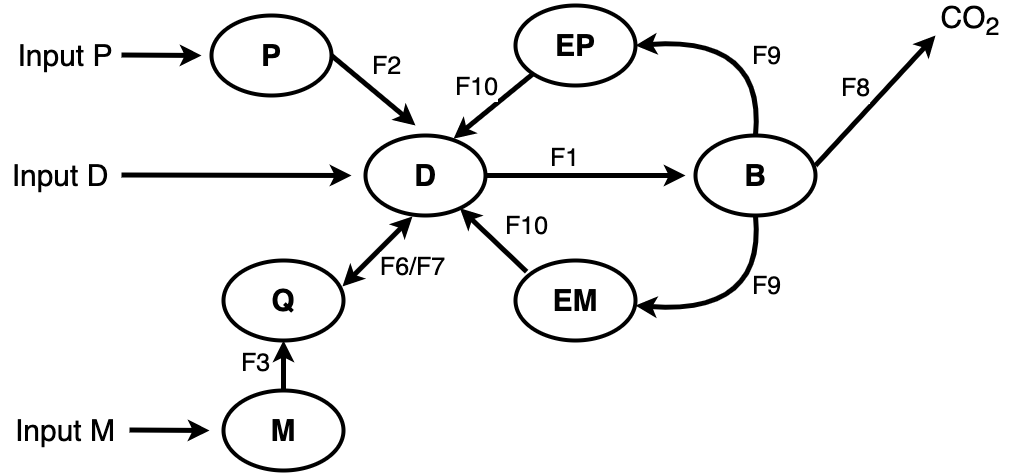
The draw.io diagram vignettes/articles/MEMC_conceptual_diagram.png in Microbial-Explicit-Model/MEMC, before a commit. Source tidied: cells renumbered, new cells last; positions are measured from the earlier drawing's top-left corner, leaving out a move shared by most shapes. Source of this version:
```xml
<mxGraphModel>
  <root>
    <mxCell id="0" />
    <mxCell id="1" parent="0" />
    <mxCell id="2" value="&lt;font style=&quot;font-size: 30px&quot;&gt;&lt;b&gt;P&lt;/b&gt;&lt;/font&gt;" style="ellipse;whiteSpace=wrap;html=1;strokeWidth=4;" parent="1" vertex="1">
      <mxGeometry x="211" y="10" width="120" height="80" as="geometry" />
    </mxCell>
    <mxCell id="3" value="&lt;font style=&quot;font-size: 30px&quot;&gt;&lt;b&gt;D&lt;/b&gt;&lt;/font&gt;" style="ellipse;whiteSpace=wrap;html=1;strokeWidth=4;" parent="1" vertex="1">
      <mxGeometry x="365" y="130" width="120" height="80" as="geometry" />
    </mxCell>
    <mxCell id="4" value="&lt;font style=&quot;font-size: 30px&quot;&gt;&lt;b&gt;M&lt;/b&gt;&lt;/font&gt;" style="ellipse;whiteSpace=wrap;html=1;strokeWidth=4;" parent="1" vertex="1">
      <mxGeometry x="223" y="385" width="120" height="80" as="geometry" />
    </mxCell>
    <mxCell id="5" style="endArrow=classic;html=1;rounded=0;fontSize=30;strokeWidth=5;" parent="1" edge="1">
      <mxGeometry relative="1" as="geometry">
        <mxPoint x="121" y="49.5" as="sourcePoint" />
        <mxPoint x="201" y="50" as="targetPoint" />
      </mxGeometry>
    </mxCell>
    <mxCell id="6" style="endArrow=classic;html=1;rounded=0;fontSize=30;strokeWidth=5;" parent="1" edge="1">
      <mxGeometry relative="1" as="geometry">
        <mxPoint x="121" y="169.5" as="sourcePoint" />
        <mxPoint x="351" y="170" as="targetPoint" />
      </mxGeometry>
    </mxCell>
    <mxCell id="7" value="Input P" style="text;html=1;strokeColor=none;fillColor=none;align=center;verticalAlign=middle;whiteSpace=wrap;rounded=0;fontSize=30;" parent="1" vertex="1">
      <mxGeometry x="10" y="35" width="110" height="30" as="geometry" />
    </mxCell>
    <mxCell id="8" value="Input D" style="text;html=1;strokeColor=none;fillColor=none;align=center;verticalAlign=middle;whiteSpace=wrap;rounded=0;fontSize=30;" parent="1" vertex="1">
      <mxGeometry y="155" width="120" height="30" as="geometry" />
    </mxCell>
    <mxCell id="9" value="Input M" style="text;html=1;strokeColor=none;fillColor=none;align=center;verticalAlign=middle;whiteSpace=wrap;rounded=0;fontSize=30;" parent="1" vertex="1">
      <mxGeometry y="410" width="130" height="30" as="geometry" />
    </mxCell>
    <mxCell id="10" style="endArrow=classic;html=1;rounded=0;fontSize=30;strokeWidth=5;" parent="1" edge="1">
      <mxGeometry relative="1" as="geometry">
        <mxPoint x="129" y="424.5" as="sourcePoint" />
        <mxPoint x="209" y="425" as="targetPoint" />
      </mxGeometry>
    </mxCell>
    <mxCell id="11" value="&lt;span style=&quot;font-size: 30px&quot;&gt;&lt;b&gt;B&lt;/b&gt;&lt;/span&gt;" style="ellipse;whiteSpace=wrap;html=1;strokeWidth=4;" parent="1" vertex="1">
      <mxGeometry x="695" y="130" width="120" height="80" as="geometry" />
    </mxCell>
    <mxCell id="12" value="&lt;span style=&quot;font-size: 30px&quot;&gt;&lt;b&gt;EM&lt;/b&gt;&lt;/span&gt;" style="ellipse;whiteSpace=wrap;html=1;strokeWidth=4;" parent="1" vertex="1">
      <mxGeometry x="515" y="255" width="120" height="80" as="geometry" />
    </mxCell>
    <mxCell id="13" value="&lt;span style=&quot;font-size: 30px&quot;&gt;&lt;b&gt;EP&lt;/b&gt;&lt;/span&gt;" style="ellipse;whiteSpace=wrap;html=1;strokeWidth=4;" parent="1" vertex="1">
      <mxGeometry x="515" width="120" height="80" as="geometry" />
    </mxCell>
    <mxCell id="14" style="curved=1;endArrow=classic;html=1;rounded=0;fontSize=30;strokeWidth=5;exitX=0.5;exitY=0;exitDx=0;exitDy=0;entryX=1;entryY=0.5;entryDx=0;entryDy=0;" parent="1" edge="1" source="11" target="13">
      <mxGeometry relative="1" as="geometry">
        <Array as="points">
          <mxPoint x="765" y="30" />
        </Array>
      </mxGeometry>
    </mxCell>
    <mxCell id="15" value="F9" style="edgeLabel;html=1;align=center;verticalAlign=middle;fontSize=25;" parent="14" vertex="1">
      <mxGeometry x="-0.47" y="17" relative="1" as="geometry">
        <mxPoint x="21" y="-18" as="offset" />
      </mxGeometry>
    </mxCell>
    <mxCell id="16" style="curved=1;endArrow=classic;html=1;rounded=0;fontSize=30;strokeWidth=5;exitX=0.5;exitY=0;exitDx=0;exitDy=0;entryX=1;entryY=0.5;entryDx=0;entryDy=0;" parent="1" edge="1">
      <mxGeometry relative="1" as="geometry">
        <mxPoint x="755" y="210" as="sourcePoint" />
        <mxPoint x="635" y="300" as="targetPoint" />
        <Array as="points">
          <mxPoint x="765" y="310" />
        </Array>
      </mxGeometry>
    </mxCell>
    <mxCell id="17" value="F9" style="edgeLabel;html=1;align=center;verticalAlign=middle;fontSize=25;" parent="16" vertex="1">
      <mxGeometry x="-0.54" y="-9" relative="1" as="geometry">
        <mxPoint x="14" y="15" as="offset" />
      </mxGeometry>
    </mxCell>
    <mxCell id="18" style="endArrow=classic;html=1;rounded=0;fontSize=30;strokeWidth=5;" parent="1" edge="1">
      <mxGeometry relative="1" as="geometry">
        <mxPoint x="815" y="160" as="sourcePoint" />
        <mxPoint x="935" y="30" as="targetPoint" />
      </mxGeometry>
    </mxCell>
    <mxCell id="19" value="&lt;font style=&quot;font-size: 25px&quot;&gt;F8&lt;/font&gt;" style="edgeLabel;html=1;align=center;verticalAlign=middle;fontSize=30;" parent="18" vertex="1">
      <mxGeometry x="-0.12" y="4" relative="1" as="geometry">
        <mxPoint x="-10" y="-20" as="offset" />
      </mxGeometry>
    </mxCell>
    <mxCell id="20" value="CO&lt;sub&gt;2&lt;/sub&gt;" style="text;html=1;strokeColor=none;fillColor=none;align=center;verticalAlign=middle;whiteSpace=wrap;rounded=0;fontSize=30;" parent="1" vertex="1">
      <mxGeometry x="905" width="130" height="30" as="geometry" />
    </mxCell>
    <mxCell id="21" style="endArrow=classic;html=1;rounded=0;fontSize=30;strokeWidth=5;exitX=0.5;exitY=0;exitDx=0;exitDy=0;" parent="1" edge="1" source="4">
      <mxGeometry relative="1" as="geometry">
        <mxPoint x="283" y="335" as="targetPoint" />
      </mxGeometry>
    </mxCell>
    <mxCell id="22" value="F3" style="edgeLabel;html=1;align=center;verticalAlign=middle;fontSize=25;" parent="21" vertex="1">
      <mxGeometry x="0.15" y="-2" relative="1" as="geometry">
        <mxPoint x="-31" as="offset" />
      </mxGeometry>
    </mxCell>
    <mxCell id="23" value="&lt;font style=&quot;font-size: 30px&quot;&gt;&lt;b&gt;Q&lt;/b&gt;&lt;/font&gt;" style="ellipse;whiteSpace=wrap;html=1;strokeWidth=4;" parent="1" vertex="1">
      <mxGeometry x="223" y="255" width="120" height="80" as="geometry" />
    </mxCell>
    <mxCell id="24" style="endArrow=classic;startArrow=classic;html=1;rounded=0;fontSize=25;strokeWidth=5;" parent="1" edge="1">
      <mxGeometry relative="1" as="geometry">
        <mxPoint x="342" y="281" as="sourcePoint" />
        <mxPoint x="412" y="211" as="targetPoint" />
      </mxGeometry>
    </mxCell>
    <mxCell id="25" value="F6/F7" style="edgeLabel;html=1;align=center;verticalAlign=middle;fontSize=25;" parent="24" vertex="1">
      <mxGeometry x="-0.13" y="-1" relative="1" as="geometry">
        <mxPoint x="38" y="9" as="offset" />
      </mxGeometry>
    </mxCell>
    <mxCell id="26" style="endArrow=classic;html=1;rounded=0;fontSize=25;strokeWidth=5;" parent="1" edge="1">
      <mxGeometry relative="1" as="geometry">
        <mxPoint x="485" y="170" as="sourcePoint" />
        <mxPoint x="685" y="170" as="targetPoint" />
      </mxGeometry>
    </mxCell>
    <mxCell id="27" value="F1" style="edgeLabel;html=1;align=center;verticalAlign=middle;fontSize=25;" parent="26" vertex="1">
      <mxGeometry x="-0.22" y="2" relative="1" as="geometry">
        <mxPoint y="-17" as="offset" />
      </mxGeometry>
    </mxCell>
    <mxCell id="28" style="endArrow=classic;html=1;rounded=0;fontSize=25;strokeWidth=5;exitX=1;exitY=0.5;exitDx=0;exitDy=0;" parent="1" edge="1" source="2">
      <mxGeometry relative="1" as="geometry">
        <mxPoint x="415" y="120" as="targetPoint" />
      </mxGeometry>
    </mxCell>
    <mxCell id="29" value="F2" style="edgeLabel;html=1;align=center;verticalAlign=middle;fontSize=25;" parent="28" vertex="1">
      <mxGeometry x="-0.1" y="-2" relative="1" as="geometry">
        <mxPoint x="18" y="-23" as="offset" />
      </mxGeometry>
    </mxCell>
    <mxCell id="30" style="endArrow=classic;html=1;rounded=0;fontSize=25;strokeWidth=5;exitX=0.093;exitY=0.14;exitDx=0;exitDy=0;exitPerimeter=0;" parent="1" edge="1" source="12" target="3">
      <mxGeometry relative="1" as="geometry" />
    </mxCell>
    <mxCell id="31" value="F10" style="edgeLabel;html=1;align=center;verticalAlign=middle;fontSize=25;" parent="30" vertex="1">
      <mxGeometry x="-0.12" y="3" relative="1" as="geometry">
        <mxPoint x="30" y="-21" as="offset" />
      </mxGeometry>
    </mxCell>
    <mxCell id="32" style="endArrow=classic;html=1;rounded=0;fontSize=25;strokeWidth=5;exitX=0;exitY=1;exitDx=0;exitDy=0;entryX=0.734;entryY=0.04;entryDx=0;entryDy=0;entryPerimeter=0;" parent="1" edge="1" source="13" target="3">
      <mxGeometry relative="1" as="geometry" />
    </mxCell>
    <mxCell id="33" value="F10" style="edgeLabel;html=1;align=center;verticalAlign=middle;fontSize=25;" parent="32" vertex="1">
      <mxGeometry x="0.09" y="-3" relative="1" as="geometry">
        <mxPoint x="-12" y="-21" as="offset" />
      </mxGeometry>
    </mxCell>
  </root>
</mxGraphModel>
```
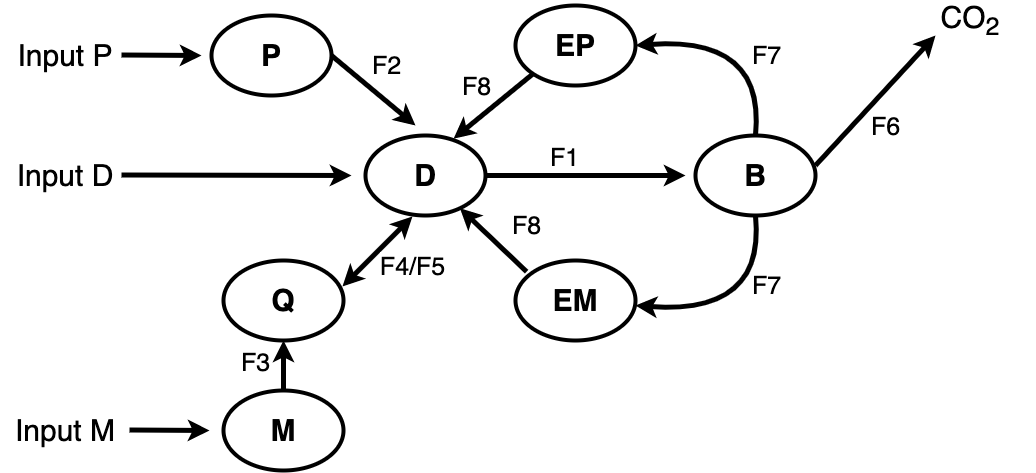
After the commit.

What changed in the source:
```diff
@@ -27,7 +27,7 @@
       <mxGeometry x="10" y="35" width="110" height="30" as="geometry" />
     </mxCell>
     <mxCell id="8" value="Input D" style="text;html=1;strokeColor=none;fillColor=none;align=center;verticalAlign=middle;whiteSpace=wrap;rounded=0;fontSize=30;" parent="1" vertex="1">
-      <mxGeometry y="155" width="120" height="30" as="geometry" />
+      <mxGeometry x="5" y="155" width="120" height="30" as="geometry" />
     </mxCell>
     <mxCell id="9" value="Input M" style="text;html=1;strokeColor=none;fillColor=none;align=center;verticalAlign=middle;whiteSpace=wrap;rounded=0;fontSize=30;" parent="1" vertex="1">
       <mxGeometry y="410" width="130" height="30" as="geometry" />
@@ -54,7 +54,7 @@
         </Array>
       </mxGeometry>
     </mxCell>
-    <mxCell id="15" value="F9" style="edgeLabel;html=1;align=center;verticalAlign=middle;fontSize=25;" parent="14" vertex="1">
+    <mxCell id="15" value="F7" style="edgeLabel;html=1;align=center;verticalAlign=middle;fontSize=25;" parent="14" vertex="1">
       <mxGeometry x="-0.47" y="17" relative="1" as="geometry">
         <mxPoint x="21" y="-18" as="offset" />
       </mxGeometry>
@@ -68,7 +68,7 @@
         </Array>
       </mxGeometry>
     </mxCell>
-    <mxCell id="17" value="F9" style="edgeLabel;html=1;align=center;verticalAlign=middle;fontSize=25;" parent="16" vertex="1">
+    <mxCell id="17" value="F7" style="edgeLabel;html=1;align=center;verticalAlign=middle;fontSize=25;" parent="16" vertex="1">
       <mxGeometry x="-0.54" y="-9" relative="1" as="geometry">
         <mxPoint x="14" y="15" as="offset" />
       </mxGeometry>
@@ -79,11 +79,11 @@
         <mxPoint x="935" y="30" as="targetPoint" />
       </mxGeometry>
     </mxCell>
-    <mxCell id="19" value="&lt;font style=&quot;font-size: 25px&quot;&gt;F8&lt;/font&gt;" style="edgeLabel;html=1;align=center;verticalAlign=middle;fontSize=30;" parent="18" vertex="1">
-      <mxGeometry x="-0.12" y="4" relative="1" as="geometry">
-        <mxPoint x="-10" y="-20" as="offset" />
-      </mxGeometry>
-    </mxCell>
+    <mxCell id="34" value="&lt;font style=&quot;font-size: 25px;&quot;&gt;F6&lt;/font&gt;" style="edgeLabel;html=1;align=center;verticalAlign=middle;" parent="18" vertex="1">
+      <mxGeometry x="-0.03" y="-2" relative="1" as="geometry">
+        <mxPoint x="10" y="22" as="offset" />
+      </mxGeometry>
+    </mxCell>
     <mxCell id="20" value="CO&lt;sub&gt;2&lt;/sub&gt;" style="text;html=1;strokeColor=none;fillColor=none;align=center;verticalAlign=middle;whiteSpace=wrap;rounded=0;fontSize=30;" parent="1" vertex="1">
       <mxGeometry x="905" width="130" height="30" as="geometry" />
     </mxCell>
@@ -106,7 +106,7 @@
         <mxPoint x="412" y="211" as="targetPoint" />
       </mxGeometry>
     </mxCell>
-    <mxCell id="25" value="F6/F7" style="edgeLabel;html=1;align=center;verticalAlign=middle;fontSize=25;" parent="24" vertex="1">
+    <mxCell id="25" value="F4/F5" style="edgeLabel;html=1;align=center;verticalAlign=middle;fontSize=25;" parent="24" vertex="1">
       <mxGeometry x="-0.13" y="-1" relative="1" as="geometry">
         <mxPoint x="38" y="9" as="offset" />
       </mxGeometry>
@@ -135,7 +135,7 @@
     <mxCell id="30" style="endArrow=classic;html=1;rounded=0;fontSize=25;strokeWidth=5;exitX=0.093;exitY=0.14;exitDx=0;exitDy=0;exitPerimeter=0;" parent="1" edge="1" source="12" target="3">
       <mxGeometry relative="1" as="geometry" />
     </mxCell>
-    <mxCell id="31" value="F10" style="edgeLabel;html=1;align=center;verticalAlign=middle;fontSize=25;" parent="30" vertex="1">
+    <mxCell id="31" value="F8" style="edgeLabel;html=1;align=center;verticalAlign=middle;fontSize=25;" parent="30" vertex="1">
       <mxGeometry x="-0.12" y="3" relative="1" as="geometry">
         <mxPoint x="30" y="-21" as="offset" />
       </mxGeometry>
@@ -143,7 +143,7 @@
     <mxCell id="32" style="endArrow=classic;html=1;rounded=0;fontSize=25;strokeWidth=5;exitX=0;exitY=1;exitDx=0;exitDy=0;entryX=0.734;entryY=0.04;entryDx=0;entryDy=0;entryPerimeter=0;" parent="1" edge="1" source="13" target="3">
       <mxGeometry relative="1" as="geometry" />
     </mxCell>
-    <mxCell id="33" value="F10" style="edgeLabel;html=1;align=center;verticalAlign=middle;fontSize=25;" parent="32" vertex="1">
+    <mxCell id="33" value="F8" style="edgeLabel;html=1;align=center;verticalAlign=middle;fontSize=25;" parent="32" vertex="1">
       <mxGeometry x="0.09" y="-3" relative="1" as="geometry">
         <mxPoint x="-12" y="-21" as="offset" />
       </mxGeometry>
```
